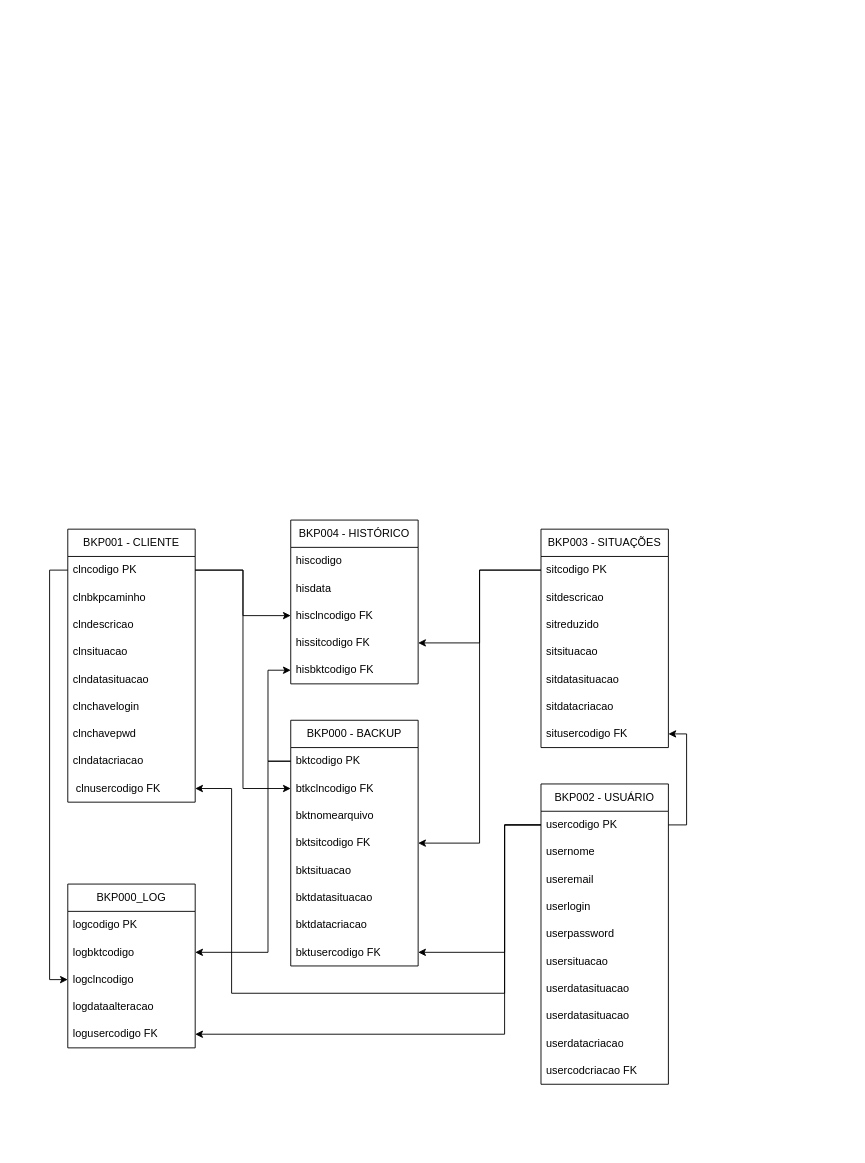
Earlier version of the draw.io diagram Diagrama sem nome.drawio (PierreSalves/bckup). Source tidied: cells renumbered, new cells numbered last; positions are measured from the earlier drawing's top-left corner, leaving out a move shared by most shapes. Both pictures are drawn from the tidied source at 91%, with x=0, y=0 at pixel (67, 520).
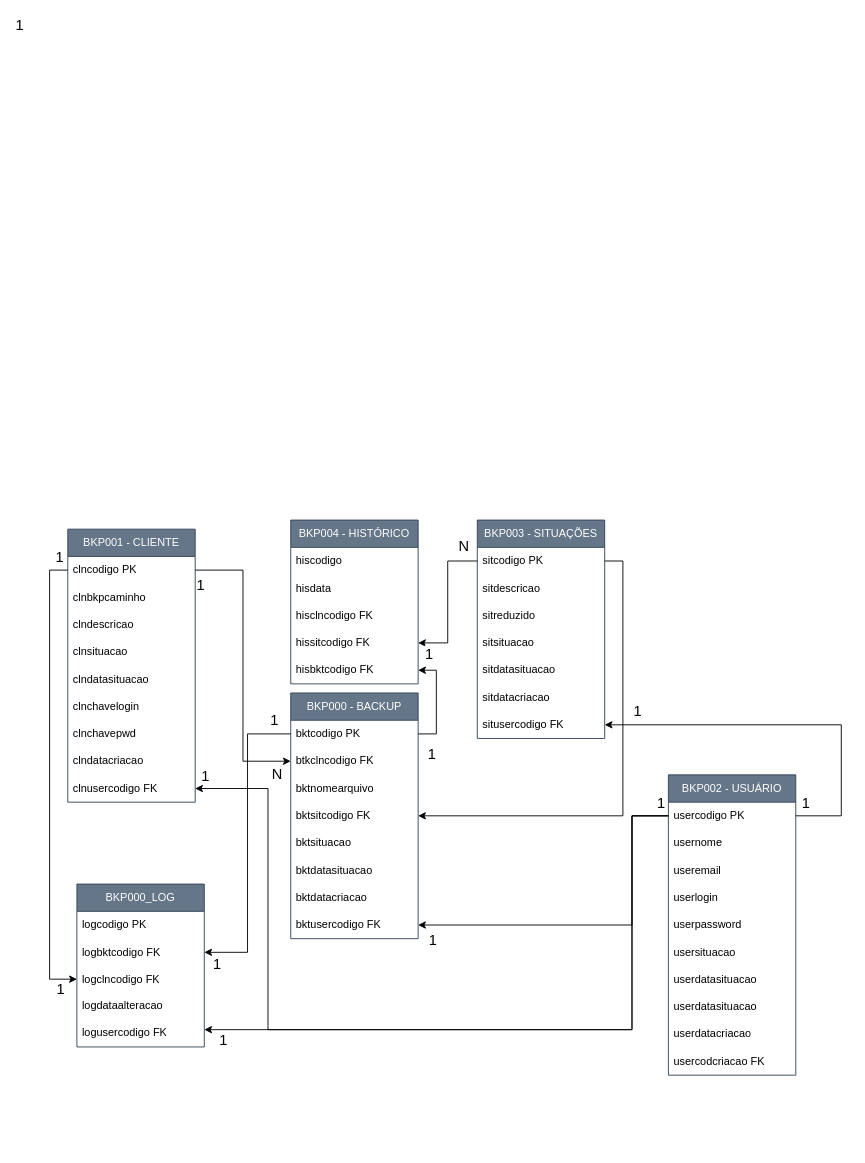
After the change.

Unchanged cells that the change refers to:
```xml
<mxCell id="3" value="clncodigo PK" style="text;strokeColor=none;fillColor=none;align=left;verticalAlign=middle;spacingLeft=4;spacingRight=4;overflow=hidden;points=[[0,0.5],[1,0.5]];portConstraint=eastwest;whiteSpace=wrap;html=1;" parent="2" vertex="1">
  <mxGeometry y="30" width="140" height="30" as="geometry" />
</mxCell>
<mxCell id="13" value="bktcodigo PK" style="text;strokeColor=none;fillColor=none;align=left;verticalAlign=middle;spacingLeft=4;spacingRight=4;overflow=hidden;points=[[0,0.5],[1,0.5]];portConstraint=eastwest;whiteSpace=wrap;html=1;" parent="12" vertex="1">
  <mxGeometry y="30" width="140" height="30" as="geometry" />
</mxCell>
<mxCell id="14" value="btkclncodigo FK" style="text;strokeColor=none;fillColor=none;align=left;verticalAlign=middle;spacingLeft=4;spacingRight=4;overflow=hidden;points=[[0,0.5],[1,0.5]];portConstraint=eastwest;whiteSpace=wrap;html=1;" parent="12" vertex="1">
  <mxGeometry y="60" width="140" height="30" as="geometry" />
</mxCell>
<mxCell id="16" value="bktsitcodigo FK" style="text;strokeColor=none;fillColor=none;align=left;verticalAlign=middle;spacingLeft=4;spacingRight=4;overflow=hidden;points=[[0,0.5],[1,0.5]];portConstraint=eastwest;whiteSpace=wrap;html=1;" parent="12" vertex="1">
  <mxGeometry y="120" width="140" height="30" as="geometry" />
</mxCell>
<mxCell id="20" value="bktusercodigo FK" style="text;strokeColor=none;fillColor=none;align=left;verticalAlign=middle;spacingLeft=4;spacingRight=4;overflow=hidden;points=[[0,0.5],[1,0.5]];portConstraint=eastwest;whiteSpace=wrap;html=1;" parent="12" vertex="1">
  <mxGeometry y="240" width="140" height="30" as="geometry" />
</mxCell>
<mxCell id="23" value="sitcodigo PK" style="text;strokeColor=none;fillColor=none;align=left;verticalAlign=middle;spacingLeft=4;spacingRight=4;overflow=hidden;points=[[0,0.5],[1,0.5]];portConstraint=eastwest;whiteSpace=wrap;html=1;" parent="22" vertex="1">
  <mxGeometry y="30" width="140" height="30" as="geometry" />
</mxCell>
<mxCell id="29" value="situsercodigo FK" style="text;strokeColor=none;fillColor=none;align=left;verticalAlign=middle;spacingLeft=4;spacingRight=4;overflow=hidden;points=[[0,0.5],[1,0.5]];portConstraint=eastwest;whiteSpace=wrap;html=1;" parent="22" vertex="1">
  <mxGeometry y="210" width="140" height="30" as="geometry" />
</mxCell>
<mxCell id="34" value="hisclncodigo FK" style="text;strokeColor=none;fillColor=none;align=left;verticalAlign=middle;spacingLeft=4;spacingRight=4;overflow=hidden;points=[[0,0.5],[1,0.5]];portConstraint=eastwest;whiteSpace=wrap;html=1;" parent="31" vertex="1">
  <mxGeometry y="90" width="140" height="30" as="geometry" />
</mxCell>
<mxCell id="35" value="hissitcodigo FK" style="text;strokeColor=none;fillColor=none;align=left;verticalAlign=middle;spacingLeft=4;spacingRight=4;overflow=hidden;points=[[0,0.5],[1,0.5]];portConstraint=eastwest;whiteSpace=wrap;html=1;" parent="31" vertex="1">
  <mxGeometry y="120" width="140" height="30" as="geometry" />
</mxCell>
<mxCell id="36" value="hisbktcodigo FK" style="text;strokeColor=none;fillColor=none;align=left;verticalAlign=middle;spacingLeft=4;spacingRight=4;overflow=hidden;points=[[0,0.5],[1,0.5]];portConstraint=eastwest;whiteSpace=wrap;html=1;" parent="31" vertex="1">
  <mxGeometry y="150" width="140" height="30" as="geometry" />
</mxCell>
<mxCell id="41" value="usercodigo PK" style="text;strokeColor=none;fillColor=none;align=left;verticalAlign=middle;spacingLeft=4;spacingRight=4;overflow=hidden;points=[[0,0.5],[1,0.5]];portConstraint=eastwest;whiteSpace=wrap;html=1;" parent="40" vertex="1">
  <mxGeometry y="30" width="140" height="30" as="geometry" />
</mxCell>
```

Diff of the diagram source:
```diff
@@
-    <mxCell id="2" value="BKP001 - CLIENTE" style="swimlane;fontStyle=0;horizontal=1;startSize=30;whiteSpace=wrap;html=1;" parent="1" vertex="1">
+    <mxCell id="2" value="BKP001 - CLIENTE" style="swimlane;fontStyle=0;horizontal=1;startSize=30;whiteSpace=wrap;html=1;fillColor=#647687;fontColor=#ffffff;strokeColor=#314354;" parent="1" vertex="1">
       <mxGeometry y="10" width="140" height="300" as="geometry" />
     </mxCell>
@@
+    <mxCell id="63" value="&lt;font size=&quot;3&quot;&gt;1&lt;/font&gt;" style="edgeLabel;html=1;align=center;verticalAlign=middle;" parent="2" vertex="1">
+      <mxGeometry y="60" width="140" as="geometry">
+        <mxPoint x="-123" y="-615" as="offset" />
+      </mxGeometry>
+    </mxCell>
@@
-    <mxCell id="11" value="&amp;nbsp;clnusercodigo FK" style="text;strokeColor=none;fillColor=none;align=left;verticalAlign=middle;spacingLeft=4;spacingRight=4;overflow=hidden;points=[[0,0.5],[1,0.5]];portConstraint=eastwest;whiteSpace=wrap;html=1;" parent="2" vertex="1">
+    <mxCell id="11" value="clnusercodigo FK" style="text;strokeColor=none;fillColor=none;align=left;verticalAlign=middle;spacingLeft=4;spacingRight=4;overflow=hidden;points=[[0,0.5],[1,0.5]];portConstraint=eastwest;whiteSpace=wrap;html=1;" parent="2" vertex="1">
       <mxGeometry y="270" width="140" height="30" as="geometry" />
     </mxCell>
-    <mxCell id="12" value="BKP000 - BACKUP" style="swimlane;fontStyle=0;horizontal=1;startSize=30;whiteSpace=wrap;html=1;" parent="1" vertex="1">
-      <mxGeometry x="245" y="220" width="140" height="270" as="geometry" />
+    <mxCell id="12" value="BKP000 - BACKUP" style="swimlane;fontStyle=0;horizontal=1;startSize=30;whiteSpace=wrap;html=1;fillColor=#647687;fontColor=#ffffff;strokeColor=#314354;" parent="1" vertex="1">
+      <mxGeometry x="245" y="190" width="140" height="270" as="geometry" />
     </mxCell>
@@
-    <mxCell id="21" style="edgeStyle=orthogonalEdgeStyle;rounded=0;jettySize=auto;html=1;entryX=0;entryY=0.5;entryDx=0;entryDy=0;" parent="1" edge="1" source="3" target="14">
-      <mxGeometry relative="1" as="geometry" />
-    </mxCell>
-    <mxCell id="22" value="BKP003 - SITUAÇÕES" style="swimlane;fontStyle=0;horizontal=1;startSize=30;whiteSpace=wrap;html=1;" parent="1" vertex="1">
-      <mxGeometry x="520" y="10" width="140" height="240" as="geometry" />
+    <mxCell id="22" value="BKP003 - SITUAÇÕES" style="swimlane;fontStyle=0;horizontal=1;startSize=30;whiteSpace=wrap;html=1;fillColor=#647687;fontColor=#ffffff;strokeColor=#314354;" parent="1" vertex="1">
+      <mxGeometry x="450" width="140" height="240" as="geometry" />
     </mxCell>
@@
-    <mxCell id="30" style="edgeStyle=orthogonalEdgeStyle;rounded=0;jettySize=auto;html=1;" parent="1" edge="1" source="23" target="16">
-      <mxGeometry relative="1" as="geometry" />
-    </mxCell>
-    <mxCell id="31" value="BKP004 - HISTÓRICO" style="swimlane;fontStyle=0;horizontal=1;startSize=30;whiteSpace=wrap;html=1;" parent="1" vertex="1">
+    <mxCell id="31" value="BKP004 - HISTÓRICO" style="swimlane;fontStyle=0;horizontal=1;startSize=30;whiteSpace=wrap;html=1;fillColor=#647687;fontColor=#ffffff;strokeColor=#314354;" parent="1" vertex="1">
       <mxGeometry x="245" width="140" height="180" as="geometry" />
     </mxCell>
@@
-    <mxCell id="37" style="edgeStyle=orthogonalEdgeStyle;rounded=0;jettySize=auto;html=1;exitX=1;exitY=0.5;exitDx=0;exitDy=0;" parent="1" edge="1" source="3" target="34">
+    <mxCell id="37" style="edgeStyle=orthogonalEdgeStyle;rounded=0;jettySize=auto;html=1;exitX=1;exitY=0.5;exitDx=0;exitDy=0;" parent="1" edge="1" source="3" target="14">
       <mxGeometry relative="1" as="geometry" />
     </mxCell>
-    <mxCell id="38" style="edgeStyle=orthogonalEdgeStyle;rounded=0;jettySize=auto;html=1;exitX=0;exitY=0.5;exitDx=0;exitDy=0;entryX=1;entryY=0.5;entryDx=0;entryDy=0;" parent="1" edge="1" source="23" target="35">
-      <mxGeometry relative="1" as="geometry" />
-    </mxCell>
-    <mxCell id="39" style="edgeStyle=orthogonalEdgeStyle;rounded=0;jettySize=auto;html=1;exitX=0;exitY=0.5;exitDx=0;exitDy=0;entryX=0;entryY=0.5;entryDx=0;entryDy=0;" parent="1" edge="1" source="13" target="36">
-      <mxGeometry relative="1" as="geometry">
-        <Array as="points">
-          <mxPoint x="220" y="265" />
-          <mxPoint x="220" y="165" />
-        </Array>
-      </mxGeometry>
-    </mxCell>
-    <mxCell id="40" value="BKP002 - USUÁRIO" style="swimlane;fontStyle=0;horizontal=1;startSize=30;whiteSpace=wrap;html=1;" parent="1" vertex="1">
-      <mxGeometry x="520" y="290" width="140" height="330" as="geometry" />
+    <mxCell id="40" value="BKP002 - USUÁRIO" style="swimlane;fontStyle=0;horizontal=1;startSize=30;whiteSpace=wrap;html=1;fillColor=#647687;fontColor=#ffffff;strokeColor=#314354;" parent="1" vertex="1">
+      <mxGeometry x="660" y="280" width="140" height="330" as="geometry" />
     </mxCell>
@@
-    <mxCell id="51" value="BKP000_LOG" style="swimlane;fontStyle=0;horizontal=1;startSize=30;whiteSpace=wrap;html=1;" parent="1" vertex="1">
-      <mxGeometry y="400" width="140" height="180" as="geometry" />
+    <mxCell id="51" value="BKP000_LOG" style="swimlane;fontStyle=0;horizontal=1;startSize=30;whiteSpace=wrap;html=1;fillColor=#647687;strokeColor=#314354;fontColor=#ffffff;" parent="1" vertex="1">
+      <mxGeometry x="10" y="400" width="140" height="179" as="geometry" />
     </mxCell>
@@
-    <mxCell id="53" value="logbktcodigo&amp;nbsp;" style="text;strokeColor=none;fillColor=none;align=left;verticalAlign=middle;spacingLeft=4;spacingRight=4;overflow=hidden;points=[[0,0.5],[1,0.5]];portConstraint=eastwest;whiteSpace=wrap;html=1;" parent="51" vertex="1">
+    <mxCell id="53" value="logbktcodigo FK" style="text;strokeColor=none;fillColor=none;align=left;verticalAlign=middle;spacingLeft=4;spacingRight=4;overflow=hidden;points=[[0,0.5],[1,0.5]];portConstraint=eastwest;whiteSpace=wrap;html=1;" parent="51" vertex="1">
       <mxGeometry y="60" width="140" height="30" as="geometry" />
     </mxCell>
-    <mxCell id="54" value="logclncodigo&amp;nbsp;" style="text;strokeColor=none;fillColor=none;align=left;verticalAlign=middle;spacingLeft=4;spacingRight=4;overflow=hidden;points=[[0,0.5],[1,0.5]];portConstraint=eastwest;whiteSpace=wrap;html=1;" parent="51" vertex="1">
-      <mxGeometry y="90" width="140" height="30" as="geometry" />
+    <mxCell id="54" value="logclncodigo FK" style="text;strokeColor=none;fillColor=none;align=left;verticalAlign=middle;spacingLeft=4;spacingRight=4;overflow=hidden;points=[[0,0.5],[1,0.5]];portConstraint=eastwest;whiteSpace=wrap;html=1;" parent="51" vertex="1">
+      <mxGeometry y="90" width="140" height="29" as="geometry" />
     </mxCell>
     <mxCell id="55" value="logdataalteracao&amp;nbsp;" style="text;strokeColor=none;fillColor=none;align=left;verticalAlign=middle;spacingLeft=4;spacingRight=4;overflow=hidden;whiteSpace=wrap;html=1;" parent="51" vertex="1">
-      <mxGeometry y="120" width="140" height="30" as="geometry" />
+      <mxGeometry y="119" width="140" height="30" as="geometry" />
     </mxCell>
     <mxCell id="56" value="logusercodigo FK" style="text;strokeColor=none;fillColor=none;align=left;verticalAlign=middle;spacingLeft=4;spacingRight=4;overflow=hidden;points=[[0,0.5],[1,0.5]];portConstraint=eastwest;whiteSpace=wrap;html=1;" parent="51" vertex="1">
-      <mxGeometry y="150" width="140" height="30" as="geometry" />
+      <mxGeometry y="149" width="140" height="30" as="geometry" />
     </mxCell>
@@
+    <mxCell id="39" style="edgeStyle=orthogonalEdgeStyle;rounded=0;jettySize=auto;html=1;entryX=1;entryY=0.5;entryDx=0;entryDy=0;" parent="1" edge="1" source="13" target="36">
+      <mxGeometry relative="1" as="geometry">
+        <Array as="points">
+          <mxPoint x="405" y="235" />
+          <mxPoint x="405" y="165" />
+        </Array>
+      </mxGeometry>
+    </mxCell>
-    <mxCell id="58" style="edgeStyle=orthogonalEdgeStyle;rounded=0;jettySize=auto;html=1;exitX=0;exitY=0.5;exitDx=0;exitDy=0;entryX=1;entryY=0.5;entryDx=0;entryDy=0;" parent="1" edge="1" source="13" target="53">
-      <mxGeometry relative="1" as="geometry">
-        <Array as="points">
-          <mxPoint x="220" y="265" />
-          <mxPoint x="220" y="475" />
-        </Array>
-      </mxGeometry>
+    <mxCell id="58" style="edgeStyle=orthogonalEdgeStyle;rounded=0;jettySize=auto;html=1;" parent="1" edge="1" source="13" target="53">
+      <mxGeometry relative="1" as="geometry" />
     </mxCell>
+    <mxCell id="30" style="edgeStyle=orthogonalEdgeStyle;rounded=0;jettySize=auto;html=1;exitX=1;exitY=0.5;exitDx=0;exitDy=0;" parent="1" edge="1" source="23" target="16">
+      <mxGeometry relative="1" as="geometry" />
+    </mxCell>
+    <mxCell id="38" style="edgeStyle=orthogonalEdgeStyle;rounded=0;jettySize=auto;html=1;" parent="1" edge="1" source="23" target="35">
+      <mxGeometry relative="1" as="geometry" />
+    </mxCell>
+    <mxCell id="62" style="edgeStyle=orthogonalEdgeStyle;rounded=0;jettySize=auto;html=1;" parent="1" edge="1" source="41" target="29">
+      <mxGeometry relative="1" as="geometry">
+        <Array as="points">
+          <mxPoint x="850" y="325" />
+          <mxPoint x="850" y="225" />
+        </Array>
+      </mxGeometry>
+    </mxCell>
+    <mxCell id="61" style="edgeStyle=orthogonalEdgeStyle;rounded=0;jettySize=auto;html=1;" parent="1" edge="1" source="41" target="20">
+      <mxGeometry relative="1" as="geometry">
+        <Array as="points">
+          <mxPoint x="620" y="325" />
+          <mxPoint x="620" y="445" />
+        </Array>
+      </mxGeometry>
+    </mxCell>
-    <mxCell id="59" style="edgeStyle=orthogonalEdgeStyle;rounded=0;jettySize=auto;html=1;exitX=0;exitY=0.5;exitDx=0;exitDy=0;entryX=1;entryY=0.5;entryDx=0;entryDy=0;" parent="1" edge="1" source="41" target="56">
+    <mxCell id="59" style="edgeStyle=orthogonalEdgeStyle;rounded=0;jettySize=auto;html=1;" parent="1" edge="1" source="41" target="56">
       <mxGeometry relative="1" as="geometry">
         <Array as="points">
-          <mxPoint x="480" y="335" />
-          <mxPoint x="480" y="565" />
+          <mxPoint x="620" y="325" />
+          <mxPoint x="620" y="560" />
         </Array>
       </mxGeometry>
     </mxCell>
+    <mxCell id="64" value="&lt;font size=&quot;3&quot;&gt;1&lt;/font&gt;" style="edgeLabel;html=1;align=center;verticalAlign=middle;" parent="59" vertex="1">
+      <mxGeometry x="0.95" y="1" relative="1" as="geometry">
+        <mxPoint x="482" y="-251" as="offset" />
+      </mxGeometry>
+    </mxCell>
-    <mxCell id="60" style="edgeStyle=orthogonalEdgeStyle;rounded=0;jettySize=auto;html=1;entryX=1;entryY=0.5;entryDx=0;entryDy=0;" parent="1" edge="1" source="41" target="11">
+    <mxCell id="60" style="edgeStyle=orthogonalEdgeStyle;rounded=0;jettySize=auto;html=1;" parent="1" edge="1" source="41" target="11">
       <mxGeometry relative="1" as="geometry">
         <Array as="points">
-          <mxPoint x="480" y="335" />
-          <mxPoint x="480" y="520" />
-          <mxPoint x="180" y="520" />
-          <mxPoint x="180" y="295" />
+          <mxPoint x="620" y="325" />
+          <mxPoint x="620" y="560" />
+          <mxPoint x="220" y="560" />
+          <mxPoint x="220" y="295" />
         </Array>
       </mxGeometry>
     </mxCell>
-    <mxCell id="61" style="edgeStyle=orthogonalEdgeStyle;rounded=0;jettySize=auto;html=1;entryX=1;entryY=0.5;entryDx=0;entryDy=0;" parent="1" edge="1" source="41" target="20">
-      <mxGeometry relative="1" as="geometry">
-        <Array as="points">
-          <mxPoint x="480" y="335" />
-          <mxPoint x="480" y="475" />
-        </Array>
-      </mxGeometry>
-    </mxCell>
-    <mxCell id="62" style="edgeStyle=orthogonalEdgeStyle;rounded=0;jettySize=auto;html=1;entryX=1;entryY=0.5;entryDx=0;entryDy=0;" parent="1" edge="1" source="41" target="29">
-      <mxGeometry relative="1" as="geometry">
-        <Array as="points">
-          <mxPoint x="680" y="335" />
-          <mxPoint x="680" y="235" />
-        </Array>
-      </mxGeometry>
-    </mxCell>
+    <mxCell id="65" value="&lt;font size=&quot;3&quot;&gt;1&lt;/font&gt;" style="edgeLabel;html=1;align=center;verticalAlign=middle;" parent="1" vertex="1">
+      <mxGeometry x="400" y="460" as="geometry" />
+    </mxCell>
+    <mxCell id="66" value="&lt;font size=&quot;3&quot;&gt;1&lt;/font&gt;" style="edgeLabel;html=1;align=center;verticalAlign=middle;" parent="1" vertex="1">
+      <mxGeometry x="150" y="280" as="geometry" />
+    </mxCell>
+    <mxCell id="67" value="&lt;font size=&quot;3&quot;&gt;1&lt;/font&gt;" style="edgeLabel;html=1;align=center;verticalAlign=middle;" parent="1" vertex="1">
+      <mxGeometry x="170" y="570" as="geometry" />
+    </mxCell>
+    <mxCell id="68" value="&lt;font size=&quot;3&quot;&gt;1&lt;/font&gt;" style="edgeLabel;html=1;align=center;verticalAlign=middle;" parent="1" vertex="1">
+      <mxGeometry x="200" y="550" as="geometry">
+        <mxPoint x="26" y="-331" as="offset" />
+      </mxGeometry>
+    </mxCell>
+    <mxCell id="69" value="&lt;font size=&quot;3&quot;&gt;1&lt;/font&gt;" style="edgeLabel;html=1;align=center;verticalAlign=middle;" parent="1" vertex="1">
+      <mxGeometry x="218" y="600" as="geometry">
+        <mxPoint x="-55" y="-113" as="offset" />
+      </mxGeometry>
+    </mxCell>
+    <mxCell id="70" value="&lt;font size=&quot;3&quot;&gt;1&lt;/font&gt;" style="edgeLabel;html=1;align=center;verticalAlign=middle;" parent="1" vertex="1">
+      <mxGeometry x="228" y="610" as="geometry">
+        <mxPoint x="397" y="-401" as="offset" />
+      </mxGeometry>
+    </mxCell>
+    <mxCell id="71" value="&lt;font size=&quot;3&quot;&gt;1&lt;/font&gt;" style="edgeLabel;html=1;align=center;verticalAlign=middle;" parent="1" vertex="1">
+      <mxGeometry x="810" y="310" as="geometry" />
+    </mxCell>
+    <mxCell id="72" value="&lt;font size=&quot;3&quot;&gt;1&lt;/font&gt;" style="edgeLabel;html=1;align=center;verticalAlign=middle;" parent="1" vertex="1">
+      <mxGeometry x="248" y="630" as="geometry">
+        <mxPoint x="-257" y="-116" as="offset" />
+      </mxGeometry>
+    </mxCell>
+    <mxCell id="73" value="&lt;font size=&quot;3&quot;&gt;1&lt;/font&gt;" style="edgeLabel;html=1;align=center;verticalAlign=middle;" parent="1" vertex="1">
+      <mxGeometry x="-10" y="40" as="geometry" />
+    </mxCell>
+    <mxCell id="74" value="&lt;font size=&quot;3&quot;&gt;1&lt;/font&gt;" style="edgeLabel;html=1;align=center;verticalAlign=middle;" parent="1" vertex="1">
+      <mxGeometry x="278" y="660" as="geometry">
+        <mxPoint x="-133" y="-590" as="offset" />
+      </mxGeometry>
+    </mxCell>
+    <mxCell id="75" value="&lt;font size=&quot;3&quot;&gt;N&lt;/font&gt;" style="edgeLabel;html=1;align=center;verticalAlign=middle;" parent="1" vertex="1">
+      <mxGeometry x="248" y="280" as="geometry">
+        <mxPoint x="-19" y="-2" as="offset" />
+      </mxGeometry>
+    </mxCell>
+    <mxCell id="76" value="&lt;font size=&quot;3&quot;&gt;1&lt;/font&gt;" style="edgeLabel;html=1;align=center;verticalAlign=middle;" parent="1" vertex="1">
+      <mxGeometry x="298" y="660" as="geometry">
+        <mxPoint x="101" y="-404" as="offset" />
+      </mxGeometry>
+    </mxCell>
+    <mxCell id="77" value="&lt;font size=&quot;3&quot;&gt;1&lt;/font&gt;" style="edgeLabel;html=1;align=center;verticalAlign=middle;" parent="1" vertex="1">
+      <mxGeometry x="308" y="690" as="geometry">
+        <mxPoint x="88" y="-544" as="offset" />
+      </mxGeometry>
+    </mxCell>
+    <mxCell id="78" value="&lt;font size=&quot;3&quot;&gt;N&lt;/font&gt;" style="edgeLabel;html=1;align=center;verticalAlign=middle;" parent="1" vertex="1">
+      <mxGeometry x="440" y="40" as="geometry">
+        <mxPoint x="-6" y="-12" as="offset" />
+      </mxGeometry>
+    </mxCell>
```
